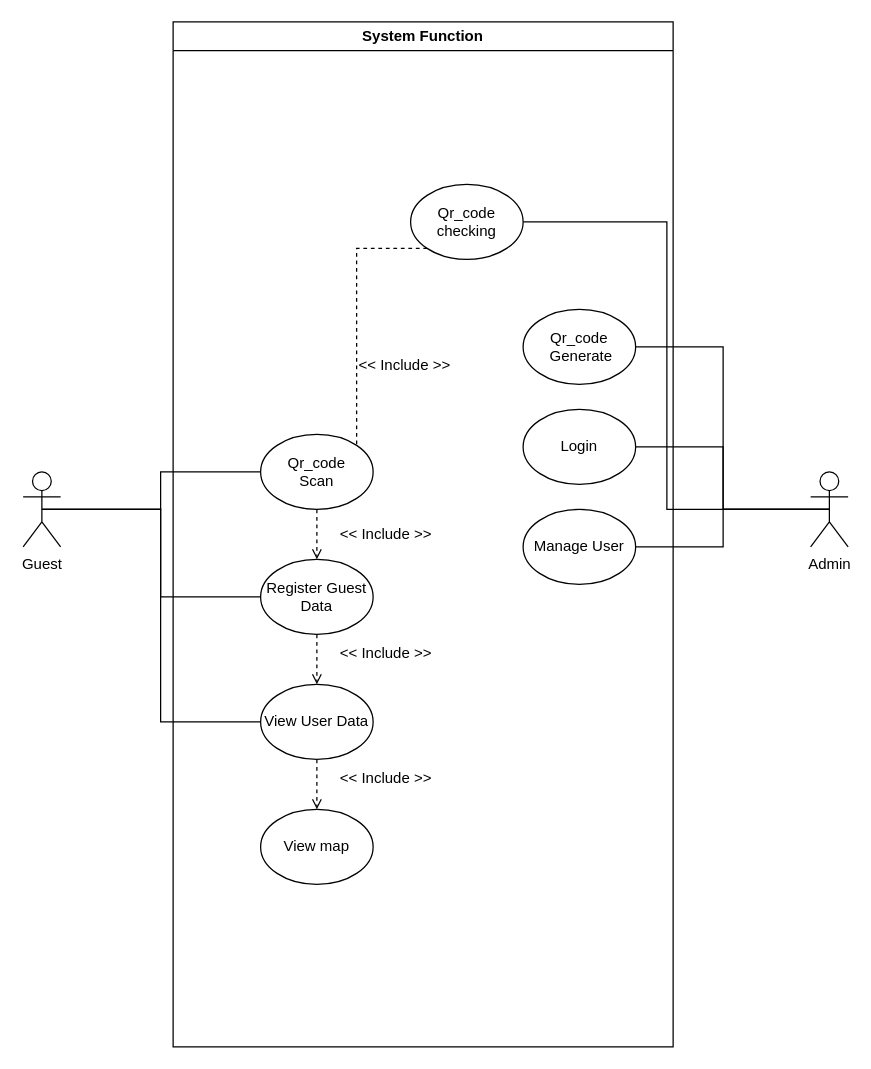
The draw.io diagram Usecasediagram(new).drawio in CChayut/Di-grm, before the edit. Source tidied: cells renumbered, new cells numbered last; positions are measured from the earlier drawing's top-left corner, leaving out a move shared by most shapes. Both pictures are drawn from the tidied source at 125%, with x=0, y=0 at pixel (22, 21).
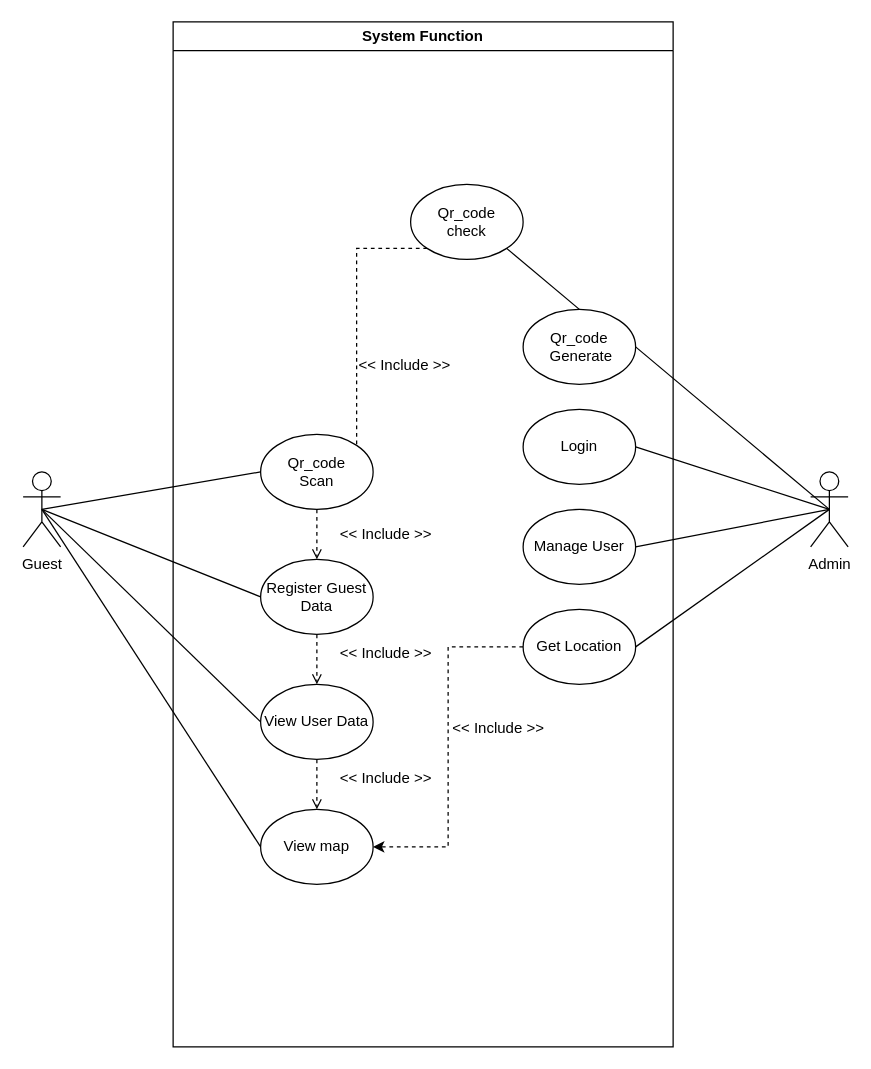
The same page after the edit.

Unchanged cells that the change refers to:
```xml
<mxCell id="5" value="Guest&lt;div&gt;&lt;br&gt;&lt;/div&gt;" style="shape=umlActor;verticalLabelPosition=bottom;verticalAlign=top;html=1;outlineConnect=0;fontColor=default;" parent="1" vertex="1">
  <mxGeometry y="360" width="30" height="60" as="geometry" />
</mxCell>
<mxCell id="10" value="Admin" style="shape=umlActor;verticalLabelPosition=bottom;verticalAlign=top;html=1;outlineConnect=0;" parent="1" vertex="1">
  <mxGeometry x="630" y="360" width="30" height="60" as="geometry" />
</mxCell>
<mxCell id="11" value="System Function" style="swimlane;whiteSpace=wrap;html=1;" parent="1" vertex="1">
  <mxGeometry x="120" width="400" height="820" as="geometry" />
</mxCell>
<mxCell id="12" value="Manage User" style="ellipse;whiteSpace=wrap;html=1;" parent="11" vertex="1">
  <mxGeometry x="280" y="390" width="90" height="60" as="geometry" />
</mxCell>
<mxCell id="13" value="Login" style="ellipse;whiteSpace=wrap;html=1;" parent="11" vertex="1">
  <mxGeometry x="280" y="310" width="90" height="60" as="geometry" />
</mxCell>
<mxCell id="18" value="Qr_code&lt;div&gt;Scan&lt;/div&gt;" style="ellipse;whiteSpace=wrap;html=1;" parent="11" vertex="1">
  <mxGeometry x="70" y="330" width="90" height="60" as="geometry" />
</mxCell>
<mxCell id="20" value="Register Guest Data" style="ellipse;whiteSpace=wrap;html=1;" parent="11" vertex="1">
  <mxGeometry x="70" y="430" width="90" height="60" as="geometry" />
</mxCell>
<mxCell id="23" value="View User Data" style="ellipse;whiteSpace=wrap;html=1;" parent="11" vertex="1">
  <mxGeometry x="70" y="530" width="90" height="60" as="geometry" />
</mxCell>
<mxCell id="25" value="View map" style="ellipse;whiteSpace=wrap;html=1;" parent="11" vertex="1">
  <mxGeometry x="70" y="630" width="90" height="60" as="geometry" />
</mxCell>
<mxCell id="26" value="Qr_code&lt;div&gt;&amp;nbsp;Generate&lt;/div&gt;" style="ellipse;whiteSpace=wrap;html=1;" parent="11" vertex="1">
  <mxGeometry x="280" y="230" width="90" height="60" as="geometry" />
</mxCell>
```

What changed in the source:
```diff
@@
-    <mxCell id="2" style="edgeStyle=orthogonalEdgeStyle;rounded=0;jettySize=auto;html=1;exitX=0.5;exitY=0.5;exitDx=0;exitDy=0;exitPerimeter=0;entryX=0;entryY=0.5;entryDx=0;entryDy=0;endArrow=none;startFill=0;" parent="1" edge="1" source="5" target="18">
-      <mxGeometry relative="1" as="geometry" />
-    </mxCell>
-    <mxCell id="3" style="edgeStyle=orthogonalEdgeStyle;rounded=0;jettySize=auto;html=1;exitX=0.5;exitY=0.5;exitDx=0;exitDy=0;exitPerimeter=0;entryX=0;entryY=0.5;entryDx=0;entryDy=0;endArrow=none;startFill=0;" parent="1" edge="1" source="5" target="20">
-      <mxGeometry relative="1" as="geometry" />
-    </mxCell>
-    <mxCell id="4" style="edgeStyle=orthogonalEdgeStyle;rounded=0;jettySize=auto;html=1;exitX=0.5;exitY=0.5;exitDx=0;exitDy=0;exitPerimeter=0;entryX=0;entryY=0.5;entryDx=0;entryDy=0;endArrow=none;startFill=0;" parent="1" edge="1" source="5" target="23">
-      <mxGeometry relative="1" as="geometry" />
-    </mxCell>
@@
-    <mxCell id="6" style="edgeStyle=orthogonalEdgeStyle;rounded=0;jettySize=auto;html=1;exitX=0.5;exitY=0.5;exitDx=0;exitDy=0;exitPerimeter=0;entryX=1;entryY=0.5;entryDx=0;entryDy=0;endArrow=none;startFill=0;" parent="1" edge="1" source="10" target="13">
-      <mxGeometry relative="1" as="geometry" />
-    </mxCell>
-    <mxCell id="7" style="edgeStyle=orthogonalEdgeStyle;rounded=0;jettySize=auto;html=1;exitX=0.5;exitY=0.5;exitDx=0;exitDy=0;exitPerimeter=0;entryX=1;entryY=0.5;entryDx=0;entryDy=0;endArrow=none;startFill=0;" parent="1" edge="1" source="10" target="12">
-      <mxGeometry relative="1" as="geometry" />
-    </mxCell>
-    <mxCell id="8" style="edgeStyle=orthogonalEdgeStyle;rounded=0;jettySize=auto;html=1;exitX=0.5;exitY=0.5;exitDx=0;exitDy=0;exitPerimeter=0;entryX=1;entryY=0.5;entryDx=0;entryDy=0;endArrow=none;startFill=0;" parent="1" edge="1" source="10" target="15">
-      <mxGeometry relative="1" as="geometry" />
-    </mxCell>
-    <mxCell id="9" style="edgeStyle=orthogonalEdgeStyle;rounded=0;jettySize=auto;html=1;exitX=0.5;exitY=0.5;exitDx=0;exitDy=0;exitPerimeter=0;entryX=1;entryY=0.5;entryDx=0;entryDy=0;endArrow=none;startFill=0;" parent="1" edge="1" source="10" target="26">
-      <mxGeometry relative="1" as="geometry" />
-    </mxCell>
+    <mxCell id="28" style="rounded=0;jettySize=auto;html=1;exitX=0.5;exitY=0.5;exitDx=0;exitDy=0;exitPerimeter=0;entryX=1;entryY=0.5;entryDx=0;entryDy=0;endArrow=none;startFill=0;" parent="1" edge="1" source="10" target="31">
+      <mxGeometry relative="1" as="geometry" />
+    </mxCell>
@@
-    <mxCell id="15" value="Qr_code&lt;div&gt;checking&lt;/div&gt;" style="ellipse;whiteSpace=wrap;html=1;" parent="11" vertex="1">
+    <mxCell id="15" value="Qr_code&lt;div&gt;check&lt;/div&gt;" style="ellipse;whiteSpace=wrap;html=1;" parent="11" vertex="1">
       <mxGeometry x="190" y="130" width="90" height="60" as="geometry" />
     </mxCell>
@@
+    <mxCell id="29" style="endArrow=none;html=1;rounded=0;entryX=0.5;entryY=0;entryDx=0;entryDy=0;exitX=1;exitY=1;exitDx=0;exitDy=0;" parent="11" edge="1" source="15" target="26">
+      <mxGeometry relative="1" as="geometry" />
+    </mxCell>
+    <mxCell id="30" style="edgeStyle=orthogonalEdgeStyle;rounded=0;jettySize=auto;html=1;exitX=0;exitY=0.5;exitDx=0;exitDy=0;entryX=1;entryY=0.5;entryDx=0;entryDy=0;dashed=1;" parent="11" edge="1" source="31" target="25">
+      <mxGeometry relative="1" as="geometry" />
+    </mxCell>
+    <mxCell id="31" value="Get Location" style="ellipse;whiteSpace=wrap;html=1;" parent="11" vertex="1">
+      <mxGeometry x="280" y="470" width="90" height="60" as="geometry" />
+    </mxCell>
+    <mxCell id="32" value="&amp;lt;&amp;lt; Include &amp;gt;&amp;gt;" style="text;html=1;align=center;verticalAlign=middle;strokeColor=none;fillColor=none;" parent="11" vertex="1">
+      <mxGeometry x="210" y="550" width="100" height="30" as="geometry" />
+    </mxCell>
+    <mxCell id="2" style="endArrow=none;html=1;rounded=0;entryX=0;entryY=0.5;entryDx=0;entryDy=0;exitX=0.5;exitY=0.5;exitDx=0;exitDy=0;exitPerimeter=0;" parent="1" edge="1" source="5" target="18">
+      <mxGeometry relative="1" as="geometry" />
+    </mxCell>
+    <mxCell id="3" style="endArrow=none;html=1;rounded=0;entryX=0;entryY=0.5;entryDx=0;entryDy=0;exitX=0.5;exitY=0.5;exitDx=0;exitDy=0;exitPerimeter=0;" parent="1" edge="1" source="5" target="20">
+      <mxGeometry relative="1" as="geometry" />
+    </mxCell>
+    <mxCell id="4" style="endArrow=none;html=1;rounded=0;entryX=0;entryY=0.5;entryDx=0;entryDy=0;exitX=0.5;exitY=0.5;exitDx=0;exitDy=0;exitPerimeter=0;" parent="1" edge="1" source="5" target="23">
+      <mxGeometry relative="1" as="geometry" />
+    </mxCell>
+    <mxCell id="33" style="endArrow=none;html=1;rounded=0;entryX=0;entryY=0.5;entryDx=0;entryDy=0;exitX=0.5;exitY=0.5;exitDx=0;exitDy=0;exitPerimeter=0;" parent="1" edge="1" source="5" target="25">
+      <mxGeometry relative="1" as="geometry" />
+    </mxCell>
+    <mxCell id="34" style="endArrow=none;html=1;rounded=0;entryX=0.5;entryY=0.5;entryDx=0;entryDy=0;exitX=1;exitY=0.5;exitDx=0;exitDy=0;entryPerimeter=0;" parent="1" edge="1" source="26" target="10">
+      <mxGeometry relative="1" as="geometry" />
+    </mxCell>
+    <mxCell id="35" style="rounded=0;jettySize=auto;html=1;exitX=1;exitY=0.5;exitDx=0;exitDy=0;entryX=0.5;entryY=0.5;entryDx=0;entryDy=0;entryPerimeter=0;endArrow=none;startFill=0;" parent="1" edge="1" source="13" target="10">
+      <mxGeometry relative="1" as="geometry" />
+    </mxCell>
+    <mxCell id="36" style="rounded=0;jettySize=auto;html=1;exitX=1;exitY=0.5;exitDx=0;exitDy=0;entryX=0.5;entryY=0.5;entryDx=0;entryDy=0;entryPerimeter=0;endArrow=none;startFill=0;" parent="1" edge="1" source="12" target="10">
+      <mxGeometry relative="1" as="geometry" />
+    </mxCell>
```
